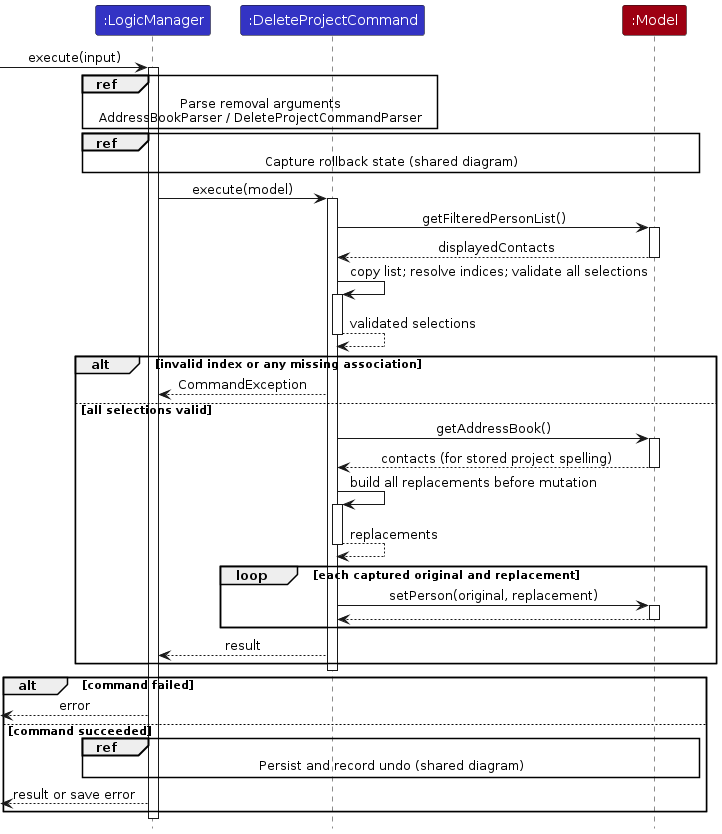
Earlier version of the PlantUML export diagrams/DeleteProjectSequenceDiagram.png (AY2627S1-CS2103T-W14-2/tp). Its source is kept beside it as diagrams/DeleteProjectSequenceDiagram.puml.
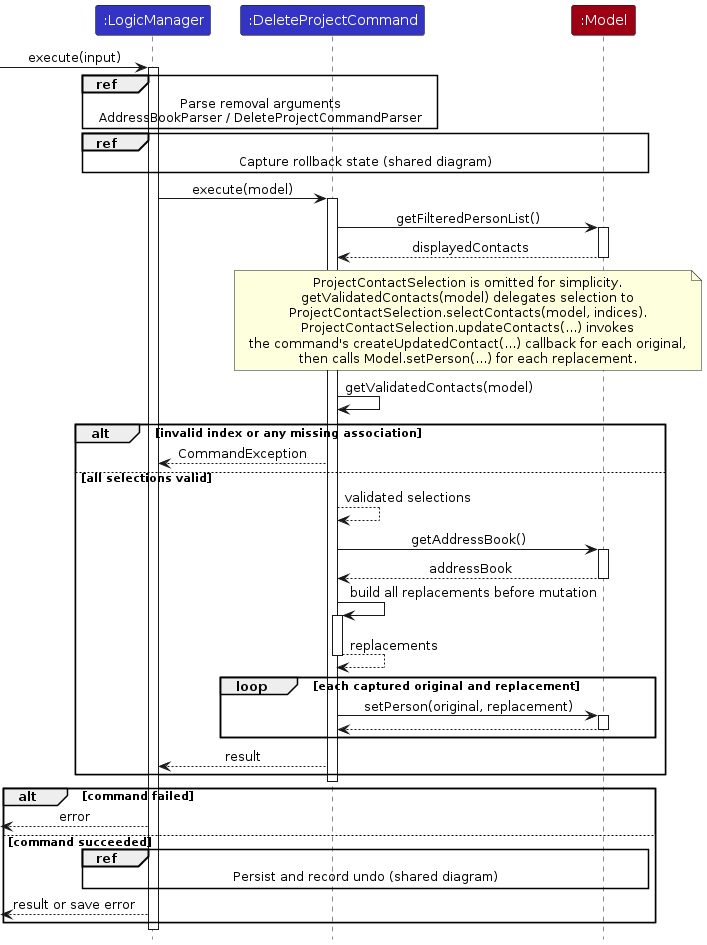
Above is the later version.

Change to the diagram source:
```diff
@@ -19,16 +19,22 @@
 activate Model
 Model --> Command : displayedContacts
 deactivate Model
-Command -> Command : copy list; resolve indices; validate all selections
-activate Command
-Command --> Command : validated selections
-deactivate Command
+note over Command, Model
+    ProjectContactSelection is omitted for simplicity.
+    getValidatedContacts(model) delegates selection to
+    ProjectContactSelection.selectContacts(model, indices).
+    ProjectContactSelection.updateContacts(...) invokes
+    the command's createUpdatedContact(...) callback for each original,
+    then calls Model.setPerson(...) for each replacement.
+end note
+Command -> Command : getValidatedContacts(model)
 alt invalid index or any missing association
     Command --> Logic : CommandException
 else all selections valid
+    Command --> Command : validated selections
     Command -> Model : getAddressBook()
     activate Model
-    Model --> Command : contacts (for stored project spelling)
+    Model --> Command : addressBook
     deactivate Model
     Command -> Command : build all replacements before mutation
     activate Command
```
